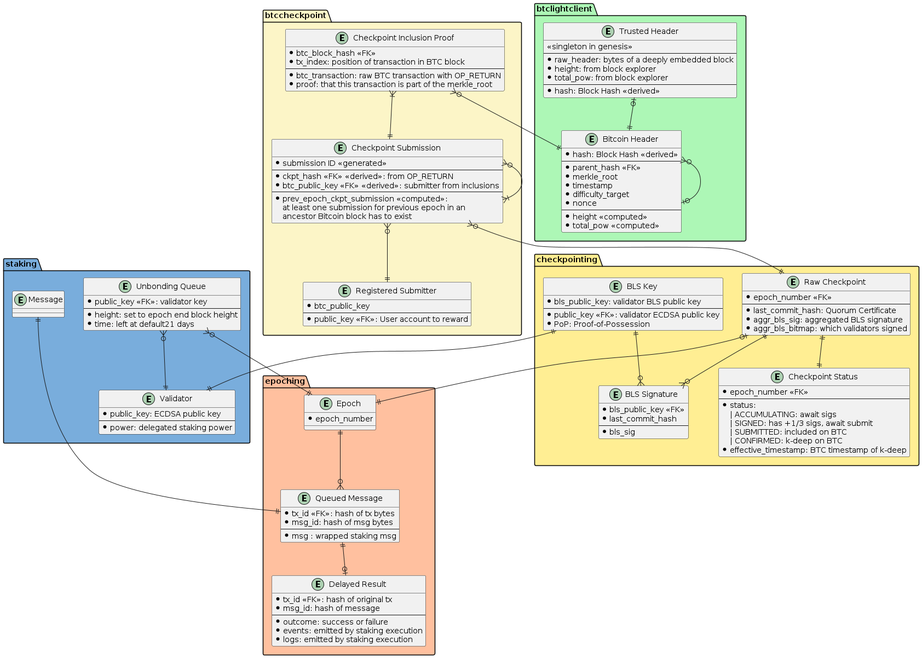
babylonchain/babylon keeps this PlantUML diagram as docs/diagrams/database_schema.png. Above is the earlier version.
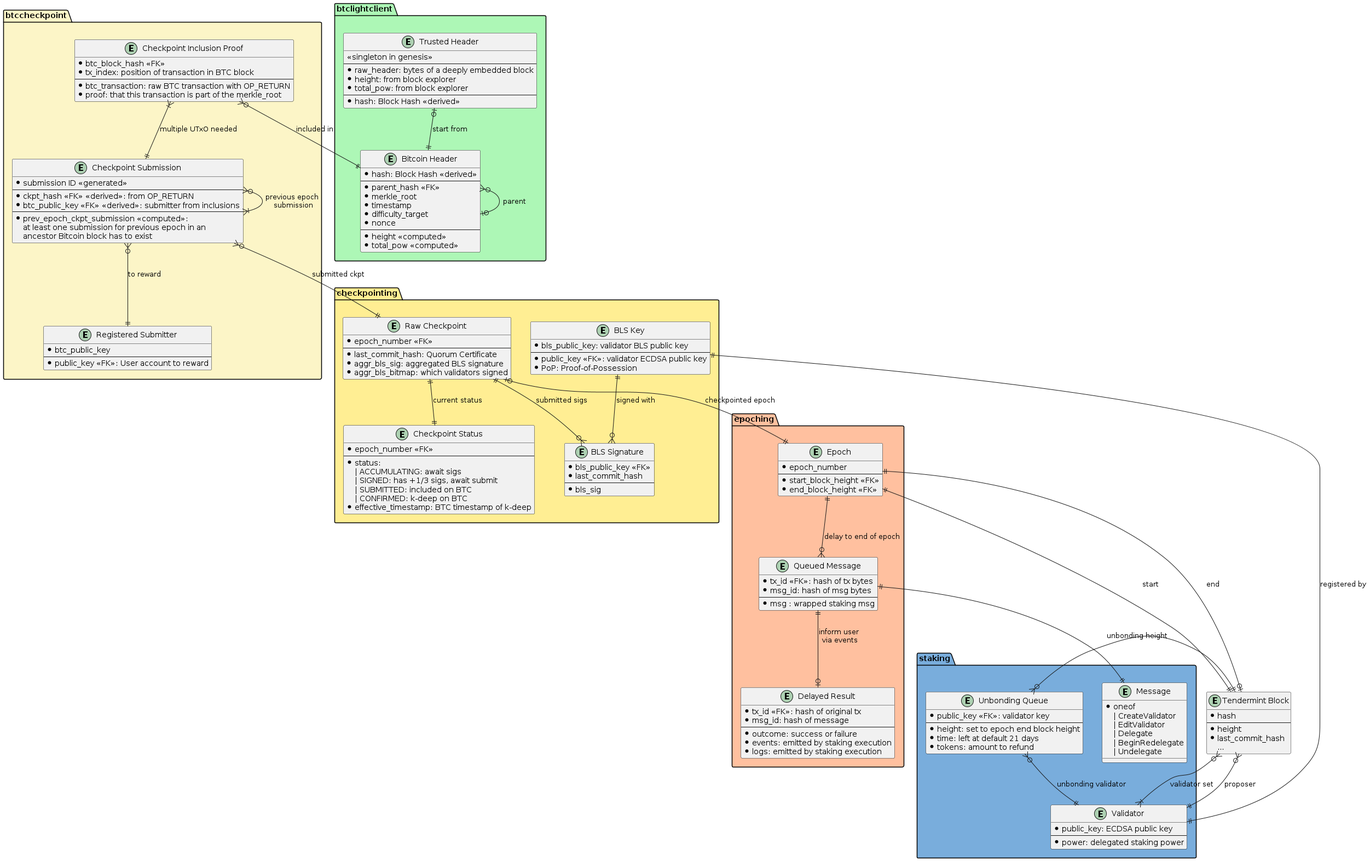
After the change.

Commit message:
BM-60: Annotations on relationships.

What changed in the source:
```diff
@@ -1,7 +1,21 @@
 @startuml Database Schema
+
+entity "Tendermint Block" as block {
+  * hash
+  --
+  * height
+  * last_commit_hash
+  ...
+}
 
 package "staking" #79ADDC {
   entity "Message" as staking_msg {
+    * oneof
+    | CreateValidator
+    | EditValidator
+    | Delegate
+    | BeginRedelegate
+    | Undelegate
   }
 
   entity "Validator" as validator {
@@ -14,13 +28,17 @@
     * public_key <<FK>>: validator key
     --
     * height: set to epoch end block height
-    * time: left at default21 days
+    * time: left at default 21 days
+    * tokens: amount to refund
   }
 }
 
 package "epoching" #FFC09F {
   entity "Epoch" as epoch {
     * epoch_number
+    --
+    * start_block_height <<FK>>
+    * end_block_height <<FK>>
   }
   entity "Queued Message" as queued_msg {
     * tx_id <<FK>>: hash of tx bytes
@@ -126,30 +144,34 @@
   }
 }
 
+block }o--|{ validator : validator set
+block }o--|| validator : proposer
 
-epoch ||--o{ queued_msg
+epoch ||--o{ queued_msg : delay to end of epoch
+epoch ||--|| block : start
+epoch ||--o| block : end
 
 queued_msg ||--|| staking_msg
-queued_msg ||--o| delayed_result
+queued_msg ||--o| delayed_result : inform user \nvia events
 
-unbonding_queue }o--|| epoch
-unbonding_queue }o--|| validator
+unbonding_queue }o--|| block : unbonding height
+unbonding_queue }o--|| validator : unbonding validator
 
-raw_ckpt |o--|| epoch
-raw_ckpt ||--|| ckpt_status
-raw_ckpt ||--o{ bls_sig
+raw_ckpt |o--|| epoch : checkpointed epoch
+raw_ckpt ||--|| ckpt_status : current status
+raw_ckpt ||--o{ bls_sig : submitted sigs
 
-bls_key ||--o{ bls_sig
-bls_key ||--|| validator
+bls_key ||--o{ bls_sig : signed with
+bls_key ||--|| validator : registered by
 
-ckpt_submission }o--|| raw_ckpt
-ckpt_submission }o--|| ckpt_submitter
-ckpt_submission }o--|{ ckpt_submission
+ckpt_submission }o--|| raw_ckpt : submitted ckpt
+ckpt_submission }o--|| ckpt_submitter : to reward
+ckpt_submission }o--|{ ckpt_submission : previous epoch\n submission
 
-ckpt_inclusion }|--|| ckpt_submission
-ckpt_inclusion }o--|| btc_header
+ckpt_inclusion }|--|| ckpt_submission : multiple UTxO needed
+ckpt_inclusion }o--|| btc_header : included in
 
-btc_header }o--o| btc_header
-btc_trusted |o--|| btc_header
+btc_header }o--o| btc_header : parent
+btc_trusted |o--|| btc_header : start from
 
 @enduml
```
